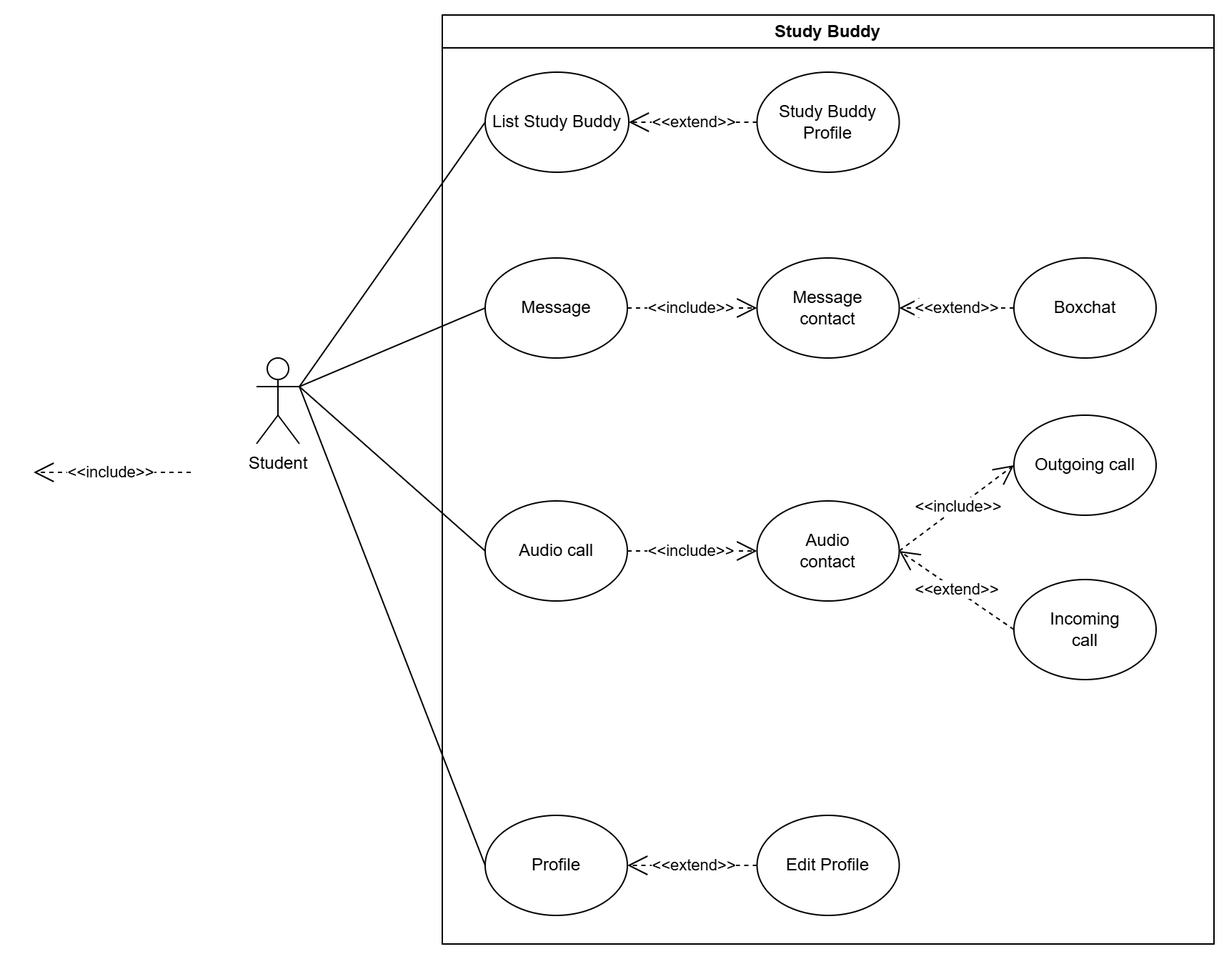
Before: image/StudyBuddyUseCase.png, a diagram exported from draw.io (chisquare09/USTHConnect). Source tidied: cells renumbered, new cells last; positions are measured from the earlier drawing's top-left corner, leaving out a move shared by most shapes. Its diagram source:
```xml
<mxGraphModel>
  <root>
    <mxCell id="0" />
    <mxCell id="1" parent="0" />
    <mxCell id="2" value="Study Buddy" style="swimlane;whiteSpace=wrap;html=1;startSize=23;" parent="1" vertex="1">
      <mxGeometry x="286" width="540" height="650" as="geometry" />
    </mxCell>
    <mxCell id="3" value="List Study Buddy" style="ellipse;whiteSpace=wrap;html=1;" parent="2" vertex="1">
      <mxGeometry x="30" y="40" width="100.5" height="70" as="geometry" />
    </mxCell>
    <mxCell id="4" value="Message" style="ellipse;whiteSpace=wrap;html=1;" parent="2" vertex="1">
      <mxGeometry x="30" y="170" width="99.5" height="70" as="geometry" />
    </mxCell>
    <mxCell id="5" value="Profile&lt;span style=&quot;color: rgba(0, 0, 0, 0); font-family: monospace; font-size: 0px; text-align: start; text-wrap-mode: nowrap;&quot;&gt;%3CmxGraphModel%3E%3Croot%3E%3CmxCell%20id%3D%220%22%2F%3E%3CmxCell%20id%3D%221%22%20parent%3D%220%22%2F%3E%3CmxCell%20id%3D%222%22%20value%3D%22Edit%2FCheck%20Information%22%20style%3D%22ellipse%3BwhiteSpace%3Dwrap%3Bhtml%3D1%3B%22%20vertex%3D%221%22%20parent%3D%221%22%3E%3CmxGeometry%20x%3D%22860%22%20y%3D%22900%22%20width%3D%22120%22%20height%3D%2280%22%20as%3D%22geometry%22%2F%3E%3C%2FmxCell%3E%3C%2Froot%3E%3C%2FmxGraphModel%3E&lt;/span&gt;" style="ellipse;whiteSpace=wrap;html=1;" parent="2" vertex="1">
      <mxGeometry x="30" y="560" width="99.5" height="70" as="geometry" />
    </mxCell>
    <mxCell id="6" value="&amp;lt;&amp;lt;extend&amp;gt;&amp;gt;" style="endArrow=open;endSize=12;dashed=1;html=1;rounded=0;entryX=1;entryY=0.5;entryDx=0;entryDy=0;exitX=0;exitY=0.5;exitDx=0;exitDy=0;" parent="2" edge="1" source="7" target="5">
      <mxGeometry relative="1" as="geometry" />
    </mxCell>
    <mxCell id="7" value="Edit Profile" style="ellipse;whiteSpace=wrap;html=1;" parent="2" vertex="1">
      <mxGeometry x="220.2" y="560" width="99.5" height="70" as="geometry" />
    </mxCell>
    <mxCell id="8" value="Incoming&lt;br&gt;call" style="ellipse;whiteSpace=wrap;html=1;" parent="2" vertex="1">
      <mxGeometry x="400" y="395" width="99.5" height="70" as="geometry" />
    </mxCell>
    <mxCell id="9" value="Audio call" style="ellipse;whiteSpace=wrap;html=1;" parent="2" vertex="1">
      <mxGeometry x="30" y="340" width="99.5" height="70" as="geometry" />
    </mxCell>
    <mxCell id="10" value="Outgoing call" style="ellipse;whiteSpace=wrap;html=1;" parent="2" vertex="1">
      <mxGeometry x="400" y="280" width="99.5" height="70" as="geometry" />
    </mxCell>
    <mxCell id="11" value="Study Buddy Profile" style="ellipse;whiteSpace=wrap;html=1;" parent="2" vertex="1">
      <mxGeometry x="220.2" y="40" width="99.5" height="70" as="geometry" />
    </mxCell>
    <mxCell id="12" value="&amp;lt;&amp;lt;extend&amp;gt;&amp;gt;" style="endArrow=open;endSize=12;dashed=1;html=1;rounded=0;entryX=1;entryY=0.5;entryDx=0;entryDy=0;exitX=0;exitY=0.5;exitDx=0;exitDy=0;" parent="2" edge="1" source="11" target="3">
      <mxGeometry relative="1" as="geometry" />
    </mxCell>
    <mxCell id="13" value="Boxchat" style="ellipse;whiteSpace=wrap;html=1;" parent="2" vertex="1">
      <mxGeometry x="400" y="170" width="99.5" height="70" as="geometry" />
    </mxCell>
    <mxCell id="14" value="Message &lt;br&gt;contact" style="ellipse;whiteSpace=wrap;html=1;" parent="2" vertex="1">
      <mxGeometry x="220.2" y="170" width="99.5" height="70" as="geometry" />
    </mxCell>
    <mxCell id="15" value="Audio&lt;br&gt;contact" style="ellipse;whiteSpace=wrap;html=1;" parent="2" vertex="1">
      <mxGeometry x="220.2" y="340" width="99.5" height="70" as="geometry" />
    </mxCell>
    <mxCell id="16" value="&amp;lt;&amp;lt;include&amp;gt;&amp;gt;" style="endArrow=open;endSize=12;dashed=1;html=1;rounded=0;entryX=0;entryY=0.5;entryDx=0;entryDy=0;exitX=1;exitY=0.5;exitDx=0;exitDy=0;" parent="2" edge="1" source="4" target="14">
      <mxGeometry relative="1" as="geometry" />
    </mxCell>
    <mxCell id="17" value="&amp;lt;&amp;lt;include&amp;gt;&amp;gt;" style="endArrow=open;endSize=12;dashed=1;html=1;rounded=0;entryX=0;entryY=0.5;entryDx=0;entryDy=0;exitX=1;exitY=0.5;exitDx=0;exitDy=0;" parent="2" edge="1" source="9" target="15">
      <mxGeometry relative="1" as="geometry" />
    </mxCell>
    <mxCell id="18" value="&amp;lt;&amp;lt;include&amp;gt;&amp;gt;" style="endArrow=open;endSize=12;dashed=1;html=1;rounded=0;entryX=0;entryY=0.5;entryDx=0;entryDy=0;exitX=1;exitY=0.5;exitDx=0;exitDy=0;" parent="2" edge="1" source="15" target="10">
      <mxGeometry relative="1" as="geometry" />
    </mxCell>
    <mxCell id="19" value="&amp;lt;&amp;lt;extend&amp;gt;&amp;gt;" style="endArrow=open;endSize=12;dashed=1;html=1;rounded=0;entryX=1;entryY=0.5;entryDx=0;entryDy=0;exitX=0;exitY=0.5;exitDx=0;exitDy=0;" parent="2" edge="1" source="8" target="15">
      <mxGeometry relative="1" as="geometry" />
    </mxCell>
    <mxCell id="20" value="&amp;lt;&amp;lt;extend&amp;gt;&amp;gt;" style="endArrow=open;endSize=12;dashed=1;html=1;rounded=0;entryX=1;entryY=0.5;entryDx=0;entryDy=0;exitX=0;exitY=0.5;exitDx=0;exitDy=0;" parent="2" edge="1" source="13" target="14">
      <mxGeometry relative="1" as="geometry" />
    </mxCell>
    <mxCell id="21" value="Student" style="shape=umlActor;verticalLabelPosition=bottom;verticalAlign=top;html=1;outlineConnect=0;" parent="1" vertex="1">
      <mxGeometry x="156" y="240" width="30" height="60" as="geometry" />
    </mxCell>
    <mxCell id="22" style="endArrow=none;html=1;rounded=0;entryX=0;entryY=0.5;entryDx=0;entryDy=0;exitX=1;exitY=0.3333333333333333;exitDx=0;exitDy=0;exitPerimeter=0;" parent="1" edge="1" source="21" target="3">
      <mxGeometry relative="1" as="geometry" />
    </mxCell>
    <mxCell id="23" style="endArrow=none;html=1;rounded=0;entryX=0;entryY=0.5;entryDx=0;entryDy=0;exitX=1;exitY=0.3333333333333333;exitDx=0;exitDy=0;exitPerimeter=0;" parent="1" edge="1" source="21" target="4">
      <mxGeometry relative="1" as="geometry" />
    </mxCell>
    <mxCell id="24" style="endArrow=none;html=1;rounded=0;entryX=1;entryY=0.3333333333333333;entryDx=0;entryDy=0;entryPerimeter=0;exitX=0;exitY=0.5;exitDx=0;exitDy=0;" parent="1" edge="1" source="5" target="21">
      <mxGeometry relative="1" as="geometry" />
    </mxCell>
    <mxCell id="25" value="&amp;lt;&amp;lt;include&amp;gt;&amp;gt;" style="endArrow=open;endSize=12;dashed=1;html=1;rounded=0;entryX=1;entryY=0.5;entryDx=0;entryDy=0;exitX=0;exitY=0.5;exitDx=0;exitDy=0;" parent="1" edge="1">
      <mxGeometry relative="1" as="geometry">
        <mxPoint x="110" y="320" as="sourcePoint" />
        <mxPoint y="320" as="targetPoint" />
      </mxGeometry>
    </mxCell>
    <mxCell id="26" style="endArrow=none;html=1;rounded=0;entryX=1;entryY=0.3333333333333333;entryDx=0;entryDy=0;entryPerimeter=0;exitX=0;exitY=0.5;exitDx=0;exitDy=0;" parent="1" edge="1" source="9" target="21">
      <mxGeometry relative="1" as="geometry" />
    </mxCell>
  </root>
</mxGraphModel>
```
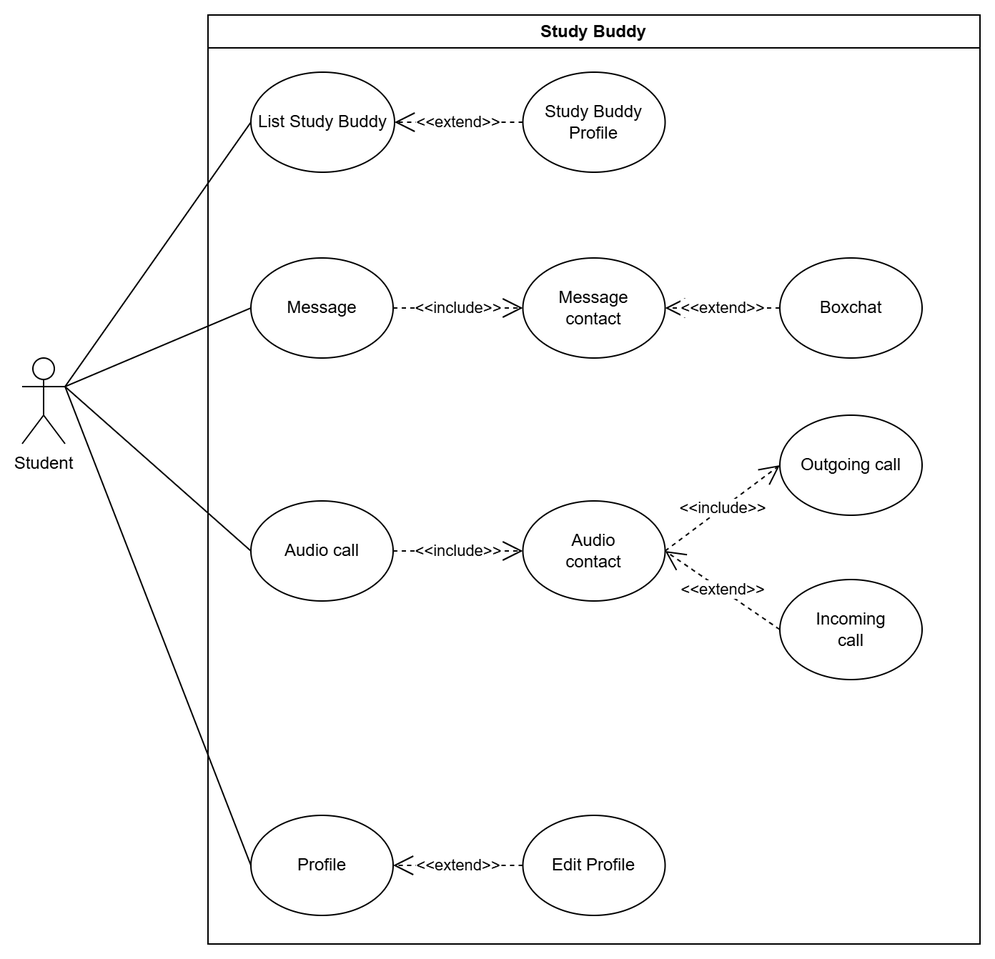
The same diagram one commit later.

What changed in the source:
```diff
@@ -71,12 +71,6 @@
     <mxCell id="24" style="endArrow=none;html=1;rounded=0;entryX=1;entryY=0.3333333333333333;entryDx=0;entryDy=0;entryPerimeter=0;exitX=0;exitY=0.5;exitDx=0;exitDy=0;" parent="1" edge="1" source="5" target="21">
       <mxGeometry relative="1" as="geometry" />
     </mxCell>
-    <mxCell id="25" value="&amp;lt;&amp;lt;include&amp;gt;&amp;gt;" style="endArrow=open;endSize=12;dashed=1;html=1;rounded=0;entryX=1;entryY=0.5;entryDx=0;entryDy=0;exitX=0;exitY=0.5;exitDx=0;exitDy=0;" parent="1" edge="1">
-      <mxGeometry relative="1" as="geometry">
-        <mxPoint x="110" y="320" as="sourcePoint" />
-        <mxPoint y="320" as="targetPoint" />
-      </mxGeometry>
-    </mxCell>
     <mxCell id="26" style="endArrow=none;html=1;rounded=0;entryX=1;entryY=0.3333333333333333;entryDx=0;entryDy=0;entryPerimeter=0;exitX=0;exitY=0.5;exitDx=0;exitDy=0;" parent="1" edge="1" source="9" target="21">
       <mxGeometry relative="1" as="geometry" />
     </mxCell>
```
